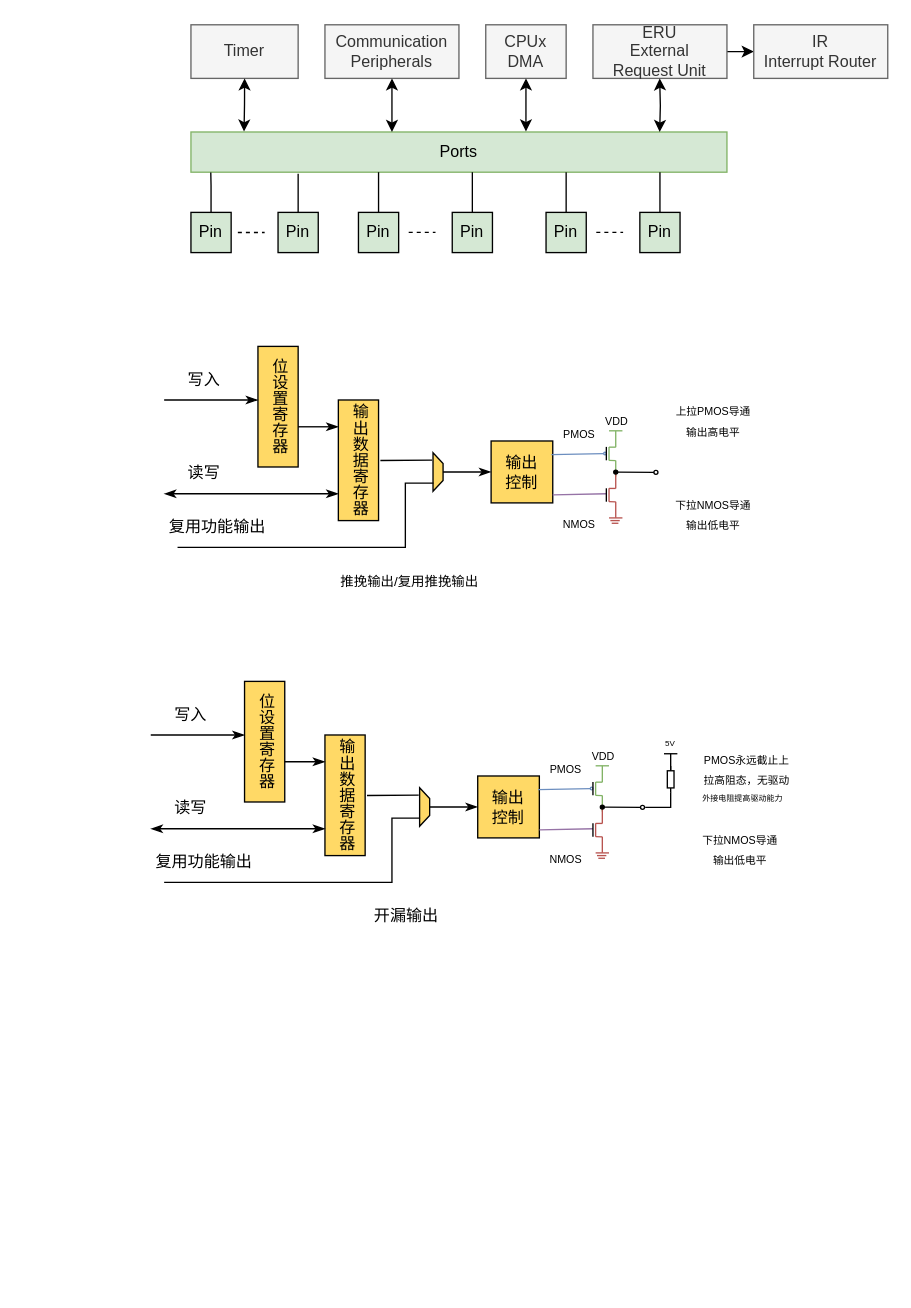
Before: page "GPIO的系统集成" (2 of 2) of drawio/gpio.drawio in iceyxy/flow-chart-drawio, a draw.io diagram. Source tidied: cells renumbered, new cells numbered last; positions are measured from the earlier drawing's top-left corner, leaving out a move shared by most shapes. Both pictures are drawn from the tidied source at 134%, with x=0, y=0 at pixel (150, 24).
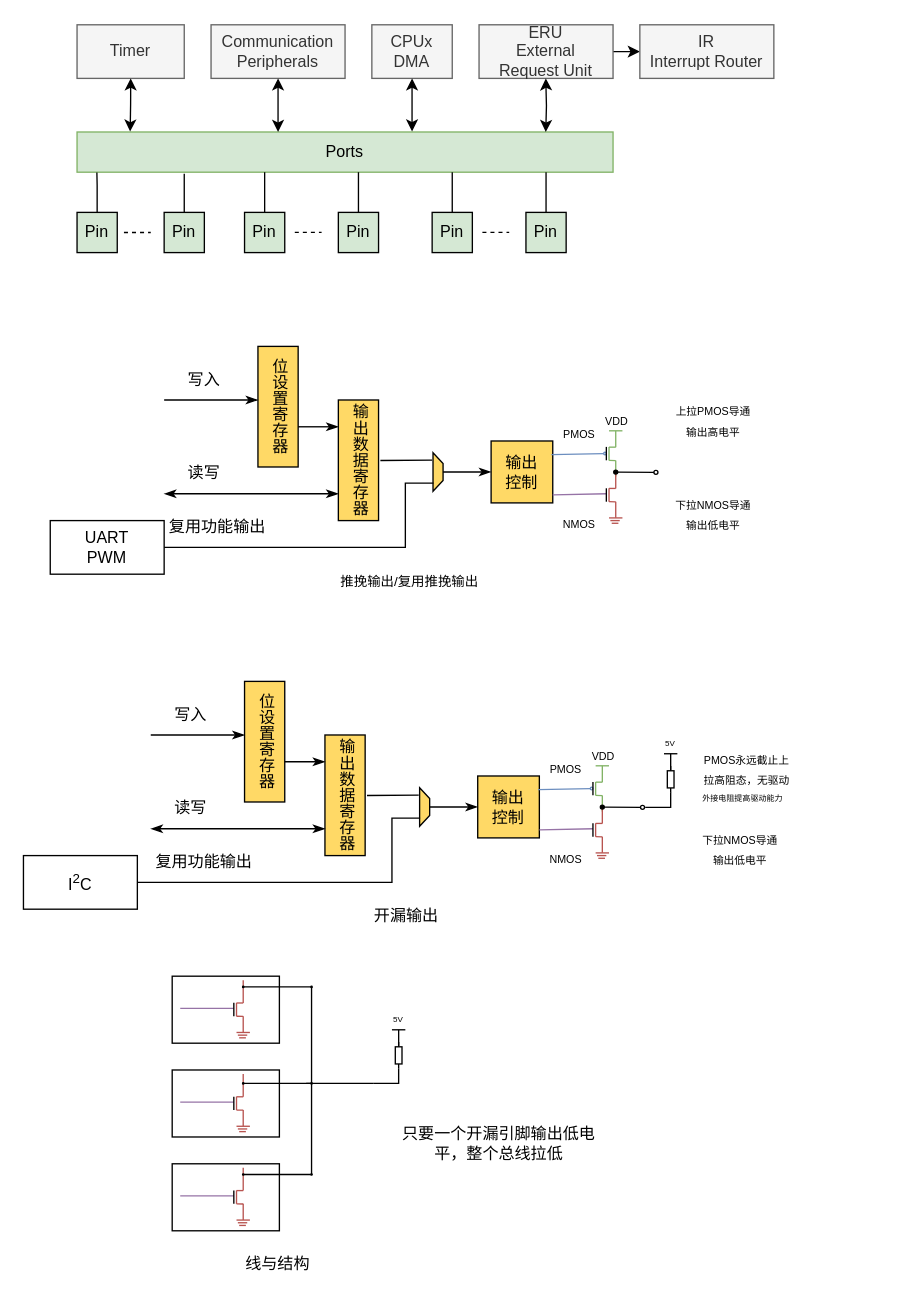
Above is the later version.

Diff of the diagram source:
```diff
@@
     <mxCell id="4" value="Timer" style="rounded=0;whiteSpace=wrap;html=1;fillColor=#f5f5f5;fontColor=#333333;strokeColor=#666666;" parent="1" vertex="1">
-      <mxGeometry x="30" width="80" height="40" as="geometry" />
+      <mxGeometry x="-55" width="80" height="40" as="geometry" />
     </mxCell>
     <mxCell id="5" value="&lt;div&gt;Communication&lt;/div&gt;&lt;div&gt;Peripherals&lt;/div&gt;" style="rounded=0;whiteSpace=wrap;html=1;fillColor=#f5f5f5;fontColor=#333333;strokeColor=#666666;" parent="1" vertex="1">
-      <mxGeometry x="130" width="100" height="40" as="geometry" />
+      <mxGeometry x="45" width="100" height="40" as="geometry" />
     </mxCell>
     <mxCell id="6" value="&lt;div&gt;CPUx&lt;/div&gt;&lt;div&gt;DMA&lt;/div&gt;" style="rounded=0;whiteSpace=wrap;html=1;fillColor=#f5f5f5;fontColor=#333333;strokeColor=#666666;" parent="1" vertex="1">
-      <mxGeometry x="250" width="60" height="40" as="geometry" />
+      <mxGeometry x="165" width="60" height="40" as="geometry" />
     </mxCell>
@@
     <mxCell id="8" value="&lt;div&gt;ERU&lt;/div&gt;&lt;div&gt;External&lt;/div&gt;&lt;div&gt;Request Unit&lt;/div&gt;" style="rounded=0;whiteSpace=wrap;html=1;fillColor=#f5f5f5;fontColor=#333333;strokeColor=#666666;" parent="1" vertex="1">
-      <mxGeometry x="330" width="100" height="40" as="geometry" />
+      <mxGeometry x="245" width="100" height="40" as="geometry" />
     </mxCell>
     <mxCell id="9" value="&lt;div&gt;IR&lt;/div&gt;&lt;div&gt;Interrupt Router&lt;/div&gt;" style="rounded=0;whiteSpace=wrap;html=1;fillColor=#f5f5f5;fontColor=#333333;strokeColor=#666666;" parent="1" vertex="1">
-      <mxGeometry x="450" width="100" height="40" as="geometry" />
+      <mxGeometry x="365" width="100" height="40" as="geometry" />
     </mxCell>
     <mxCell id="10" value="Ports" style="rounded=0;whiteSpace=wrap;html=1;fillColor=#d5e8d4;strokeColor=#82b366;" parent="1" vertex="1">
-      <mxGeometry x="30" y="80" width="400" height="30" as="geometry" />
+      <mxGeometry x="-55" y="80" width="400" height="30" as="geometry" />
     </mxCell>
     <mxCell id="11" style="group;" parent="1" vertex="1">
-      <mxGeometry x="30" y="140" width="95" height="30" as="geometry" />
+      <mxGeometry x="-55" y="140" width="95" height="30" as="geometry" />
     </mxCell>
@@
     <mxCell id="17" style="group;" parent="1" vertex="1">
-      <mxGeometry x="155" y="110" width="95" height="60" as="geometry" />
+      <mxGeometry x="70" y="110" width="95" height="60" as="geometry" />
     </mxCell>
@@
     <mxCell id="25" style="group;" parent="1" vertex="1">
-      <mxGeometry x="295" y="110" width="95" height="60" as="geometry" />
+      <mxGeometry x="210" y="110" width="95" height="60" as="geometry" />
     </mxCell>
@@
     <mxCell id="34" style="edgeStyle=orthogonalEdgeStyle;jettySize=auto;html=1;startArrow=classic;startFill=1;" parent="1" edge="1" source="5">
       <mxGeometry relative="1" as="geometry">
-        <mxPoint x="180" y="80" as="targetPoint" />
+        <mxPoint x="95" y="80" as="targetPoint" />
       </mxGeometry>
     </mxCell>
     <mxCell id="35" style="edgeStyle=orthogonalEdgeStyle;orthogonalLoop=1;jettySize=auto;html=1;startArrow=classic;startFill=1;" parent="1" edge="1">
       <mxGeometry relative="1" as="geometry">
-        <mxPoint x="379.8" y="40" as="sourcePoint" />
-        <mxPoint x="379.8" y="80" as="targetPoint" />
+        <mxPoint x="294.8" y="40" as="sourcePoint" />
+        <mxPoint x="294.8" y="80" as="targetPoint" />
       </mxGeometry>
     </mxCell>
     <mxCell id="36" style="endArrow=classic;html=1;exitX=0.625;exitY=-0.014;exitDx=0;exitDy=0;exitPerimeter=0;startArrow=classic;startFill=1;endFill=1;" parent="1" edge="1" source="10">
       <mxGeometry relative="1" as="geometry">
-        <mxPoint x="280" y="40" as="targetPoint" />
+        <mxPoint x="195" y="40" as="targetPoint" />
       </mxGeometry>
     </mxCell>
@@
     <mxCell id="66" style="endArrow=none;html=1;rounded=0;endFill=0;curved=0;" parent="1" edge="1">
       <mxGeometry relative="1" as="geometry">
-        <mxPoint x="20" y="390" as="sourcePoint" />
+        <mxPoint x="5" y="390" as="sourcePoint" />
         <mxPoint x="211" y="342" as="targetPoint" />
         <Array as="points">
           <mxPoint x="190" y="390" />
           <mxPoint x="190" y="342" />
         </Array>
       </mxGeometry>
     </mxCell>
@@
-    <mxCell id="105" style="endArrow=none;html=1;rounded=0;endFill=0;curved=0;" parent="1" edge="1">
+    <mxCell id="105" style="endArrow=none;html=1;rounded=0;endFill=0;curved=0;exitX=1;exitY=0.5;exitDx=0;exitDy=0;" parent="1" edge="1" source="120">
       <mxGeometry relative="1" as="geometry">
-        <mxPoint x="10" y="640" as="sourcePoint" />
         <mxPoint x="201" y="592" as="targetPoint" />
         <Array as="points">
           <mxPoint x="180" y="640" />
           <mxPoint x="180" y="592" />
         </Array>
       </mxGeometry>
     </mxCell>
@@
+    <mxCell id="119" value="&lt;div&gt;UART&lt;/div&gt;&lt;div&gt;PWM&lt;/div&gt;" style="rounded=0;whiteSpace=wrap;html=1;" parent="1" vertex="1">
+      <mxGeometry x="-75" y="370" width="85" height="40" as="geometry" />
+    </mxCell>
+    <mxCell id="120" value="I&lt;sup&gt;2&lt;/sup&gt;C" style="rounded=0;whiteSpace=wrap;html=1;" parent="1" vertex="1">
+      <mxGeometry x="-95" y="620" width="85" height="40" as="geometry" />
+    </mxCell>
+    <mxCell id="121" style="group;" parent="1" vertex="1">
+      <mxGeometry x="16" y="710" width="184" height="190" as="geometry" />
+    </mxCell>
+    <mxCell id="122" style="group;" parent="121" vertex="1">
+      <mxGeometry width="100" height="50" as="geometry" />
+    </mxCell>
+    <mxCell id="123" style="rounded=0;whiteSpace=wrap;html=1;" parent="122" vertex="1">
+      <mxGeometry width="80" height="50" as="geometry" />
+    </mxCell>
+    <mxCell id="124" style="endArrow=none;html=1;exitX=1.035;exitY=0.236;exitDx=0;exitDy=0;exitPerimeter=0;fillColor=#e1d5e7;strokeColor=#9673a6;" parent="122" edge="1">
+      <mxGeometry relative="1" as="geometry">
+        <mxPoint x="6" y="24" as="sourcePoint" />
+        <mxPoint x="46" y="24" as="targetPoint" />
+      </mxGeometry>
+    </mxCell>
+    <mxCell id="125" style="endArrow=none;html=1;" parent="122" edge="1">
+      <mxGeometry relative="1" as="geometry">
+        <mxPoint x="46" y="29.9" as="sourcePoint" />
+        <mxPoint x="46" y="19.9" as="targetPoint" />
+      </mxGeometry>
+    </mxCell>
+    <mxCell id="126" style="endArrow=none;html=1;fillColor=#f8cecc;strokeColor=#b85450;" parent="122" edge="1">
+      <mxGeometry relative="1" as="geometry">
+        <mxPoint x="48" y="29.9" as="sourcePoint" />
+        <mxPoint x="48" y="19.9" as="targetPoint" />
+      </mxGeometry>
+    </mxCell>
+    <mxCell id="127" style="endArrow=none;html=1;fillColor=#f8cecc;strokeColor=#b85450;" parent="122" edge="1">
+      <mxGeometry relative="1" as="geometry">
+        <mxPoint x="48" y="20" as="sourcePoint" />
+        <mxPoint x="53" y="20" as="targetPoint" />
+      </mxGeometry>
+    </mxCell>
+    <mxCell id="128" style="endArrow=none;html=1;fillColor=#f8cecc;strokeColor=#b85450;" parent="122" edge="1">
+      <mxGeometry relative="1" as="geometry">
+        <mxPoint x="53" y="3" as="sourcePoint" />
+        <mxPoint x="53" y="20" as="targetPoint" />
+      </mxGeometry>
+    </mxCell>
+    <mxCell id="129" style="endArrow=none;html=1;fillColor=#f8cecc;strokeColor=#b85450;" parent="122" edge="1">
+      <mxGeometry relative="1" as="geometry">
+        <mxPoint x="48" y="29.9" as="sourcePoint" />
+        <mxPoint x="53" y="30" as="targetPoint" />
+      </mxGeometry>
+    </mxCell>
+    <mxCell id="130" style="endArrow=none;html=1;fillColor=#f8cecc;strokeColor=#b85450;" parent="122" edge="1">
+      <mxGeometry relative="1" as="geometry">
+        <mxPoint x="53" y="29.9" as="sourcePoint" />
+        <mxPoint x="53" y="41.9" as="targetPoint" />
+      </mxGeometry>
+    </mxCell>
+    <mxCell id="131" style="endArrow=none;html=1;rounded=1;fillColor=#f8cecc;strokeColor=#b85450;" parent="122" edge="1">
+      <mxGeometry relative="1" as="geometry">
+        <mxPoint x="48" y="42" as="sourcePoint" />
+        <mxPoint x="58" y="42" as="targetPoint" />
+      </mxGeometry>
+    </mxCell>
+    <mxCell id="132" style="endArrow=none;html=1;rounded=1;fillColor=#f8cecc;strokeColor=#b85450;" parent="122" edge="1">
+      <mxGeometry relative="1" as="geometry">
+        <mxPoint x="50" y="46" as="sourcePoint" />
+        <mxPoint x="55" y="46" as="targetPoint" />
+      </mxGeometry>
+    </mxCell>
+    <mxCell id="133" style="endArrow=none;html=1;rounded=1;fillColor=#f8cecc;strokeColor=#b85450;" parent="122" edge="1">
+      <mxGeometry relative="1" as="geometry">
+        <mxPoint x="49" y="44" as="sourcePoint" />
+        <mxPoint x="56" y="44" as="targetPoint" />
+      </mxGeometry>
+    </mxCell>
+    <mxCell id="134" style="endArrow=oval;html=1;rounded=1;startArrow=oval;startFill=1;endFill=1;startSize=1;endSize=1;" parent="122" edge="1">
+      <mxGeometry relative="1" as="geometry">
+        <mxPoint x="104" y="8" as="sourcePoint" />
+        <mxPoint x="53" y="8" as="targetPoint" />
+      </mxGeometry>
+    </mxCell>
+    <mxCell id="135" style="group;" parent="121" vertex="1">
+      <mxGeometry y="70" width="100" height="50" as="geometry" />
+    </mxCell>
+    <mxCell id="136" style="rounded=0;whiteSpace=wrap;html=1;" parent="135" vertex="1">
+      <mxGeometry width="80" height="50" as="geometry" />
+    </mxCell>
+    <mxCell id="137" style="endArrow=none;html=1;exitX=1.035;exitY=0.236;exitDx=0;exitDy=0;exitPerimeter=0;fillColor=#e1d5e7;strokeColor=#9673a6;" parent="135" edge="1">
+      <mxGeometry relative="1" as="geometry">
+        <mxPoint x="6" y="24" as="sourcePoint" />
+        <mxPoint x="46" y="24" as="targetPoint" />
+      </mxGeometry>
+    </mxCell>
+    <mxCell id="138" style="endArrow=none;html=1;" parent="135" edge="1">
+      <mxGeometry relative="1" as="geometry">
+        <mxPoint x="46" y="29.9" as="sourcePoint" />
+        <mxPoint x="46" y="19.9" as="targetPoint" />
+      </mxGeometry>
+    </mxCell>
+    <mxCell id="139" style="endArrow=none;html=1;fillColor=#f8cecc;strokeColor=#b85450;" parent="135" edge="1">
+      <mxGeometry relative="1" as="geometry">
+        <mxPoint x="48" y="29.9" as="sourcePoint" />
+        <mxPoint x="48" y="19.9" as="targetPoint" />
+      </mxGeometry>
+    </mxCell>
+    <mxCell id="140" style="endArrow=none;html=1;fillColor=#f8cecc;strokeColor=#b85450;" parent="135" edge="1">
+      <mxGeometry relative="1" as="geometry">
+        <mxPoint x="48" y="20" as="sourcePoint" />
+        <mxPoint x="53" y="20" as="targetPoint" />
+      </mxGeometry>
+    </mxCell>
+    <mxCell id="141" style="endArrow=none;html=1;fillColor=#f8cecc;strokeColor=#b85450;" parent="135" edge="1">
+      <mxGeometry relative="1" as="geometry">
+        <mxPoint x="53" y="3" as="sourcePoint" />
+        <mxPoint x="53" y="20" as="targetPoint" />
+      </mxGeometry>
+    </mxCell>
+    <mxCell id="142" style="endArrow=none;html=1;fillColor=#f8cecc;strokeColor=#b85450;" parent="135" edge="1">
+      <mxGeometry relative="1" as="geometry">
+        <mxPoint x="48" y="29.9" as="sourcePoint" />
+        <mxPoint x="53" y="30" as="targetPoint" />
+      </mxGeometry>
+    </mxCell>
+    <mxCell id="143" style="endArrow=none;html=1;fillColor=#f8cecc;strokeColor=#b85450;" parent="135" edge="1">
+      <mxGeometry relative="1" as="geometry">
+        <mxPoint x="53" y="29.9" as="sourcePoint" />
+        <mxPoint x="53" y="41.9" as="targetPoint" />
+      </mxGeometry>
+    </mxCell>
+    <mxCell id="144" style="endArrow=none;html=1;rounded=1;fillColor=#f8cecc;strokeColor=#b85450;" parent="135" edge="1">
+      <mxGeometry relative="1" as="geometry">
+        <mxPoint x="48" y="42" as="sourcePoint" />
+        <mxPoint x="58" y="42" as="targetPoint" />
+      </mxGeometry>
+    </mxCell>
+    <mxCell id="145" style="endArrow=none;html=1;rounded=1;fillColor=#f8cecc;strokeColor=#b85450;" parent="135" edge="1">
+      <mxGeometry relative="1" as="geometry">
+        <mxPoint x="50" y="46" as="sourcePoint" />
+        <mxPoint x="55" y="46" as="targetPoint" />
+      </mxGeometry>
+    </mxCell>
+    <mxCell id="146" style="endArrow=none;html=1;rounded=1;fillColor=#f8cecc;strokeColor=#b85450;" parent="135" edge="1">
+      <mxGeometry relative="1" as="geometry">
+        <mxPoint x="49" y="44" as="sourcePoint" />
+        <mxPoint x="56" y="44" as="targetPoint" />
+      </mxGeometry>
+    </mxCell>
+    <mxCell id="147" style="endArrow=oval;html=1;rounded=1;startArrow=oval;startFill=1;endFill=1;startSize=1;endSize=1;" parent="135" edge="1">
+      <mxGeometry relative="1" as="geometry">
+        <mxPoint x="104" y="10" as="sourcePoint" />
+        <mxPoint x="53" y="10" as="targetPoint" />
+      </mxGeometry>
+    </mxCell>
+    <mxCell id="148" style="group;" parent="121" vertex="1">
+      <mxGeometry y="140" width="100" height="50" as="geometry" />
+    </mxCell>
+    <mxCell id="149" style="rounded=0;whiteSpace=wrap;html=1;" parent="148" vertex="1">
+      <mxGeometry width="80" height="50" as="geometry" />
+    </mxCell>
+    <mxCell id="150" style="endArrow=none;html=1;exitX=1.035;exitY=0.236;exitDx=0;exitDy=0;exitPerimeter=0;fillColor=#e1d5e7;strokeColor=#9673a6;" parent="148" edge="1">
+      <mxGeometry relative="1" as="geometry">
+        <mxPoint x="6" y="24" as="sourcePoint" />
+        <mxPoint x="46" y="24" as="targetPoint" />
+      </mxGeometry>
+    </mxCell>
+    <mxCell id="151" style="endArrow=none;html=1;" parent="148" edge="1">
+      <mxGeometry relative="1" as="geometry">
+        <mxPoint x="46" y="29.9" as="sourcePoint" />
+        <mxPoint x="46" y="19.9" as="targetPoint" />
+      </mxGeometry>
+    </mxCell>
+    <mxCell id="152" style="endArrow=none;html=1;fillColor=#f8cecc;strokeColor=#b85450;" parent="148" edge="1">
+      <mxGeometry relative="1" as="geometry">
+        <mxPoint x="48" y="29.9" as="sourcePoint" />
+        <mxPoint x="48" y="19.9" as="targetPoint" />
+      </mxGeometry>
+    </mxCell>
+    <mxCell id="153" style="endArrow=none;html=1;fillColor=#f8cecc;strokeColor=#b85450;" parent="148" edge="1">
+      <mxGeometry relative="1" as="geometry">
+        <mxPoint x="48" y="20" as="sourcePoint" />
+        <mxPoint x="53" y="20" as="targetPoint" />
+      </mxGeometry>
+    </mxCell>
+    <mxCell id="154" style="endArrow=none;html=1;fillColor=#f8cecc;strokeColor=#b85450;" parent="148" edge="1">
+      <mxGeometry relative="1" as="geometry">
+        <mxPoint x="53" y="3" as="sourcePoint" />
+        <mxPoint x="53" y="20" as="targetPoint" />
+      </mxGeometry>
+    </mxCell>
+    <mxCell id="155" style="endArrow=none;html=1;fillColor=#f8cecc;strokeColor=#b85450;" parent="148" edge="1">
+      <mxGeometry relative="1" as="geometry">
+        <mxPoint x="48" y="29.9" as="sourcePoint" />
+        <mxPoint x="53" y="30" as="targetPoint" />
+      </mxGeometry>
+    </mxCell>
+    <mxCell id="156" style="endArrow=none;html=1;fillColor=#f8cecc;strokeColor=#b85450;" parent="148" edge="1">
+      <mxGeometry relative="1" as="geometry">
+        <mxPoint x="53" y="29.9" as="sourcePoint" />
+        <mxPoint x="53" y="41.9" as="targetPoint" />
+      </mxGeometry>
+    </mxCell>
+    <mxCell id="157" style="endArrow=none;html=1;rounded=1;fillColor=#f8cecc;strokeColor=#b85450;" parent="148" edge="1">
+      <mxGeometry relative="1" as="geometry">
+        <mxPoint x="48" y="42" as="sourcePoint" />
+        <mxPoint x="58" y="42" as="targetPoint" />
+      </mxGeometry>
+    </mxCell>
+    <mxCell id="158" style="endArrow=none;html=1;rounded=1;fillColor=#f8cecc;strokeColor=#b85450;" parent="148" edge="1">
+      <mxGeometry relative="1" as="geometry">
+        <mxPoint x="50" y="46" as="sourcePoint" />
+        <mxPoint x="55" y="46" as="targetPoint" />
+      </mxGeometry>
+    </mxCell>
+    <mxCell id="159" style="endArrow=none;html=1;rounded=1;fillColor=#f8cecc;strokeColor=#b85450;" parent="148" edge="1">
+      <mxGeometry relative="1" as="geometry">
+        <mxPoint x="49" y="44" as="sourcePoint" />
+        <mxPoint x="56" y="44" as="targetPoint" />
+      </mxGeometry>
+    </mxCell>
+    <mxCell id="160" style="endArrow=oval;html=1;rounded=1;startArrow=oval;startFill=1;endFill=1;startSize=1;endSize=1;" parent="148" edge="1">
+      <mxGeometry relative="1" as="geometry">
+        <mxPoint x="104" y="8" as="sourcePoint" />
+        <mxPoint x="53" y="8" as="targetPoint" />
+      </mxGeometry>
+    </mxCell>
+    <mxCell id="161" style="group;" parent="121" vertex="1">
+      <mxGeometry x="150" y="26" width="34" height="54" as="geometry" />
+    </mxCell>
+    <mxCell id="162" style="endArrow=none;html=1;fillColor=#d5e8d4;strokeColor=#000000;" parent="161" edge="1">
+      <mxGeometry relative="1" as="geometry">
+        <mxPoint x="19" y="14" as="sourcePoint" />
+        <mxPoint x="19" y="26.2" as="targetPoint" />
+      </mxGeometry>
+    </mxCell>
+    <mxCell id="163" style="endArrow=none;html=1;rounded=1;sourcePerimeterSpacing=0;fillColor=#d5e8d4;strokeColor=#000000;" parent="161" edge="1">
+      <mxGeometry relative="1" as="geometry">
+        <mxPoint x="14" y="14" as="sourcePoint" />
+        <mxPoint x="24" y="14" as="targetPoint" />
+      </mxGeometry>
+    </mxCell>
+    <mxCell id="164" style="verticalLabelPosition=bottom;shadow=0;dashed=0;align=center;html=1;verticalAlign=top;shape=mxgraph.electrical.resistors.resistor_1;rounded=1;rotation=-90;" parent="161" vertex="1">
+      <mxGeometry x="9" y="30.6" width="20" height="5" as="geometry" />
+    </mxCell>
+    <mxCell id="165" style="endArrow=none;html=1;rounded=0;entryX=0;entryY=0.5;entryDx=0;entryDy=0;entryPerimeter=0;curved=0;" parent="161" edge="1">
+      <mxGeometry relative="1" as="geometry">
+        <mxPoint y="54" as="sourcePoint" />
+        <mxPoint x="19" y="43" as="targetPoint" />
+        <Array as="points">
+          <mxPoint x="19" y="54" />
+        </Array>
+      </mxGeometry>
+    </mxCell>
+    <mxCell id="166" value="&lt;font style=&quot;font-size: 6px;&quot;&gt;5V&lt;/font&gt;" style="text;strokeColor=none;align=center;fillColor=none;html=1;verticalAlign=middle;whiteSpace=wrap;rounded=0;" parent="161" vertex="1">
+      <mxGeometry x="4" width="30" height="10" as="geometry" />
+    </mxCell>
+    <mxCell id="167" style="endArrow=none;html=1;rounded=1;" parent="121" edge="1">
+      <mxGeometry relative="1" as="geometry">
+        <mxPoint x="100" y="80" as="sourcePoint" />
+        <mxPoint x="150" y="80" as="targetPoint" />
+      </mxGeometry>
+    </mxCell>
+    <mxCell id="168" style="endArrow=none;html=1;rounded=1;" parent="121" edge="1">
+      <mxGeometry relative="1" as="geometry">
+        <mxPoint x="104" y="8" as="sourcePoint" />
+        <mxPoint x="104" y="148" as="targetPoint" />
+      </mxGeometry>
+    </mxCell>
+    <mxCell id="169" value="线与结构" style="text;strokeColor=none;align=center;fillColor=none;html=1;verticalAlign=middle;whiteSpace=wrap;rounded=0;" parent="1" vertex="1">
+      <mxGeometry x="65" y="910" width="60" height="30" as="geometry" />
+    </mxCell>
+    <mxCell id="170" value="只要一个开漏引脚输出低电平，整个总线拉低" style="text;strokeColor=none;align=center;fillColor=none;html=1;verticalAlign=middle;whiteSpace=wrap;rounded=0;" parent="1" vertex="1">
+      <mxGeometry x="180" y="820" width="160" height="30" as="geometry" />
+    </mxCell>
```
